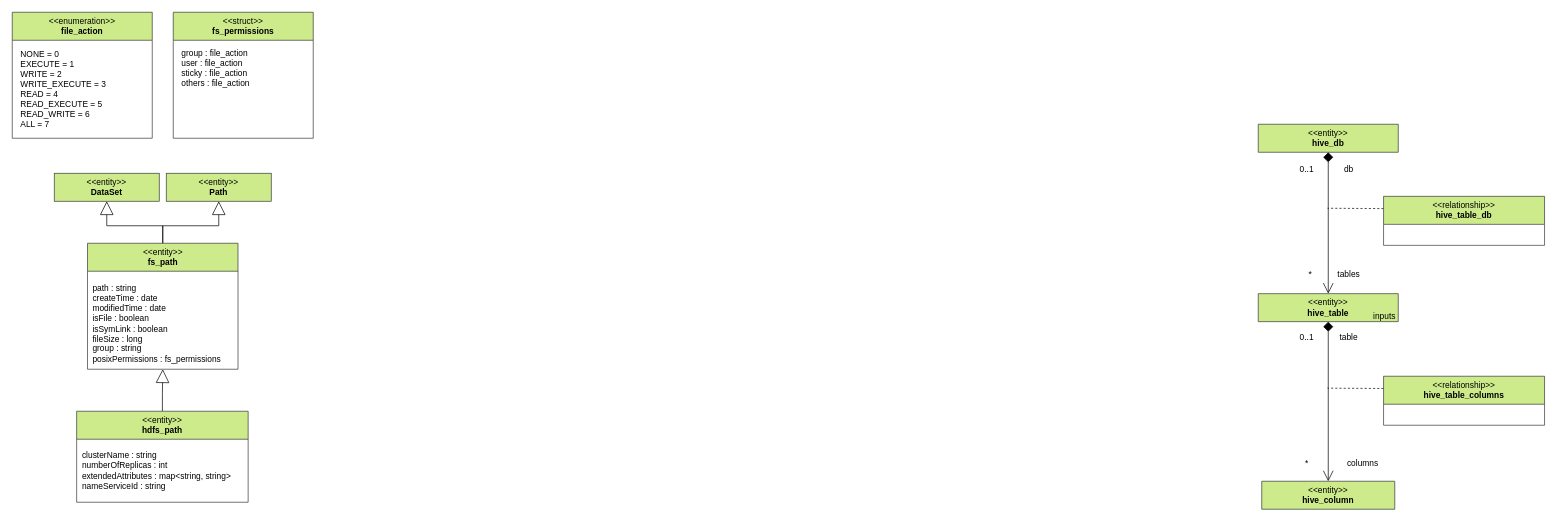
Before: page "1020 - File System" (4 of 16) of open-metadata-implementation/adapters/open-connectors/integration-connectors/atlas-integration-connector/docs/atlas-types.drawio in odpi/egeria, a draw.io diagram. Source tidied: cells renumbered, new cells numbered last; positions are measured from the earlier drawing's top-left corner, leaving out a move shared by most shapes. Both pictures are drawn from the tidied source at 70%, with x=0, y=0 at pixel (12, 12).
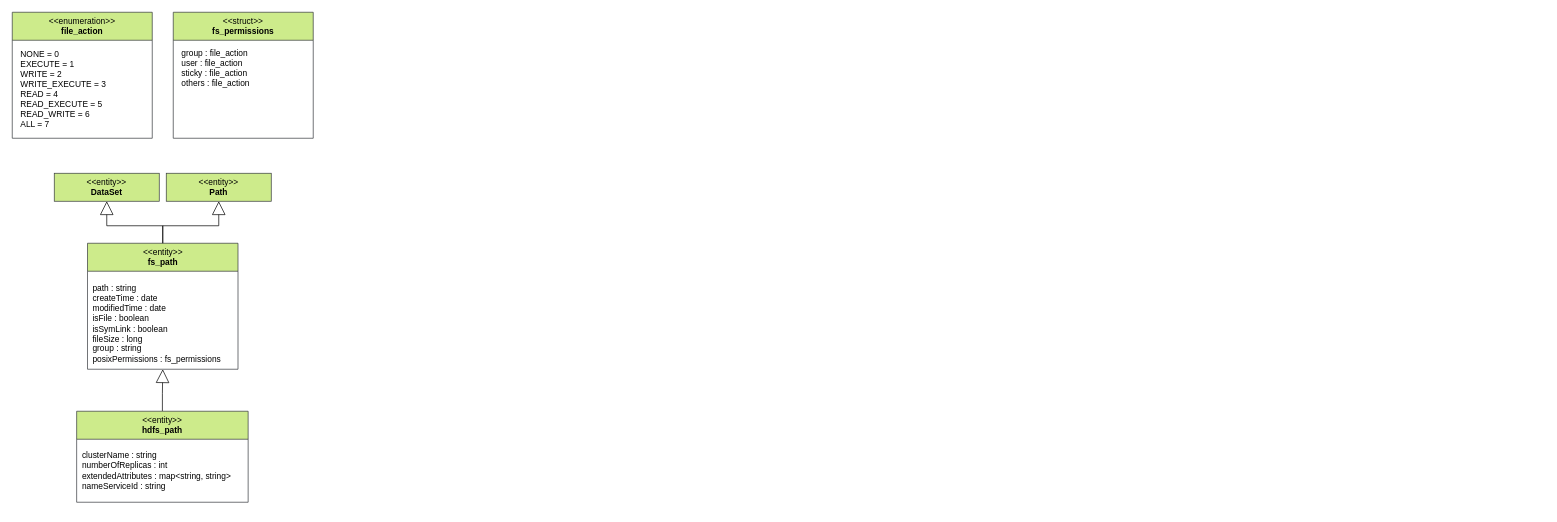
Above is the later version.

Change to the diagram source:
```diff
@@
-    <mxCell id="15" style="rounded=0;jettySize=auto;html=1;endArrow=diamond;endFill=1;startArrow=open;startFill=0;entryX=0.5;entryY=1;entryDx=0;entryDy=0;exitX=0.5;exitY=0;exitDx=0;exitDy=0;endSize=12;targetPerimeterSpacing=0;sourcePerimeterSpacing=2;startSize=13;" parent="1" edge="1" source="24" target="22">
-      <mxGeometry relative="1" as="geometry" />
-    </mxCell>
-    <mxCell id="16" style="edgeStyle=orthogonalEdgeStyle;rounded=0;jettySize=auto;html=1;exitX=0;exitY=0.25;exitDx=0;exitDy=0;dashed=1;endArrow=none;endFill=0;" parent="1" edge="1" source="17">
-      <mxGeometry relative="1" as="geometry">
-        <mxPoint x="1879" y="537" as="targetPoint" />
-      </mxGeometry>
-    </mxCell>
-    <mxCell id="17" value="&lt;span style=&quot;font-weight: normal;&quot;&gt;&amp;lt;&amp;lt;relationship&amp;gt;&amp;gt;&lt;br&gt;&lt;/span&gt;hive_table_columns" style="swimlane;whiteSpace=wrap;html=1;startSize=40;fillColor=#cdeb8b;strokeColor=#36393d;" parent="1" vertex="1">
-      <mxGeometry x="1959" y="520" width="230" height="70" as="geometry" />
-    </mxCell>
-    <mxCell id="18" value="*" style="text;html=1;align=center;verticalAlign=middle;strokeColor=none;fillColor=none;" parent="1" vertex="1">
-      <mxGeometry x="1839" y="360" width="30" height="30" as="geometry" />
-    </mxCell>
-    <mxCell id="19" value="0..1" style="text;html=1;align=center;verticalAlign=middle;strokeColor=none;fillColor=none;" parent="1" vertex="1">
-      <mxGeometry x="1829" y="450" width="40" height="30" as="geometry" />
-    </mxCell>
-    <mxCell id="20" value="table" style="text;html=1;align=center;verticalAlign=middle;strokeColor=none;fillColor=none;" parent="1" vertex="1">
-      <mxGeometry x="1884" y="450" width="50" height="30" as="geometry" />
-    </mxCell>
-    <mxCell id="21" value="columns" style="text;html=1;align=center;verticalAlign=middle;strokeColor=none;fillColor=none;" parent="1" vertex="1">
-      <mxGeometry x="1894" y="630" width="70" height="30" as="geometry" />
-    </mxCell>
-    <mxCell id="22" value="&lt;span style=&quot;font-weight: normal;&quot;&gt;&amp;lt;&amp;lt;entity&amp;gt;&amp;gt;&lt;br&gt;&lt;/span&gt;hive_table" style="swimlane;whiteSpace=wrap;html=1;startSize=40;fillColor=#cdeb8b;strokeColor=#36393d;" parent="1" vertex="1">
-      <mxGeometry x="1780" y="402" width="200" height="40" as="geometry" />
-    </mxCell>
-    <mxCell id="23" value="&lt;span style=&quot;font-weight: normal;&quot;&gt;&amp;lt;&amp;lt;entity&amp;gt;&amp;gt;&lt;br&gt;&lt;/span&gt;hive_db" style="swimlane;whiteSpace=wrap;html=1;startSize=40;fillColor=#cdeb8b;strokeColor=#36393d;" parent="1" vertex="1">
-      <mxGeometry x="1780" y="160" width="200" height="40" as="geometry" />
-    </mxCell>
-    <mxCell id="24" value="&lt;span style=&quot;font-weight: normal;&quot;&gt;&amp;lt;&amp;lt;entity&amp;gt;&amp;gt;&lt;br&gt;&lt;/span&gt;hive_column" style="swimlane;whiteSpace=wrap;html=1;startSize=40;fillColor=#cdeb8b;strokeColor=#36393d;" parent="1" vertex="1">
-      <mxGeometry x="1785" y="670" width="190" height="40" as="geometry" />
-    </mxCell>
-    <mxCell id="25" style="rounded=0;jettySize=auto;html=1;endArrow=diamond;endFill=1;startArrow=open;startFill=0;entryX=0.5;entryY=1;entryDx=0;entryDy=0;exitX=0.5;exitY=0;exitDx=0;exitDy=0;endSize=12;targetPerimeterSpacing=0;sourcePerimeterSpacing=2;startSize=13;" parent="1" edge="1" source="22" target="23">
-      <mxGeometry relative="1" as="geometry" />
-    </mxCell>
-    <mxCell id="26" style="edgeStyle=orthogonalEdgeStyle;rounded=0;jettySize=auto;html=1;exitX=0;exitY=0.25;exitDx=0;exitDy=0;dashed=1;endArrow=none;endFill=0;" parent="1" edge="1" source="27">
-      <mxGeometry relative="1" as="geometry">
-        <mxPoint x="1879" y="280" as="targetPoint" />
-      </mxGeometry>
-    </mxCell>
-    <mxCell id="27" value="&lt;span style=&quot;font-weight: normal;&quot;&gt;&amp;lt;&amp;lt;relationship&amp;gt;&amp;gt;&lt;br&gt;&lt;/span&gt;hive_table_db" style="swimlane;whiteSpace=wrap;html=1;startSize=40;fillColor=#cdeb8b;strokeColor=#36393d;" parent="1" vertex="1">
-      <mxGeometry x="1959" y="263" width="230" height="70" as="geometry" />
-    </mxCell>
-    <mxCell id="28" value="*" style="text;html=1;align=center;verticalAlign=middle;strokeColor=none;fillColor=none;" parent="1" vertex="1">
-      <mxGeometry x="1834" y="630" width="30" height="30" as="geometry" />
-    </mxCell>
-    <mxCell id="29" value="0..1" style="text;html=1;align=center;verticalAlign=middle;strokeColor=none;fillColor=none;" parent="1" vertex="1">
-      <mxGeometry x="1829" y="210" width="40" height="30" as="geometry" />
-    </mxCell>
-    <mxCell id="30" value="tables" style="text;html=1;align=center;verticalAlign=middle;strokeColor=none;fillColor=none;" parent="1" vertex="1">
-      <mxGeometry x="1879" y="360" width="60" height="30" as="geometry" />
-    </mxCell>
-    <mxCell id="31" value="inputs" style="text;html=1;align=center;verticalAlign=middle;strokeColor=none;fillColor=none;" parent="1" vertex="1">
-      <mxGeometry x="1930" y="420" width="60" height="30" as="geometry" />
-    </mxCell>
-    <mxCell id="32" value="db" style="text;html=1;align=center;verticalAlign=middle;strokeColor=none;fillColor=none;" parent="1" vertex="1">
-      <mxGeometry x="1889" y="210" width="40" height="30" as="geometry" />
-    </mxCell>
```
